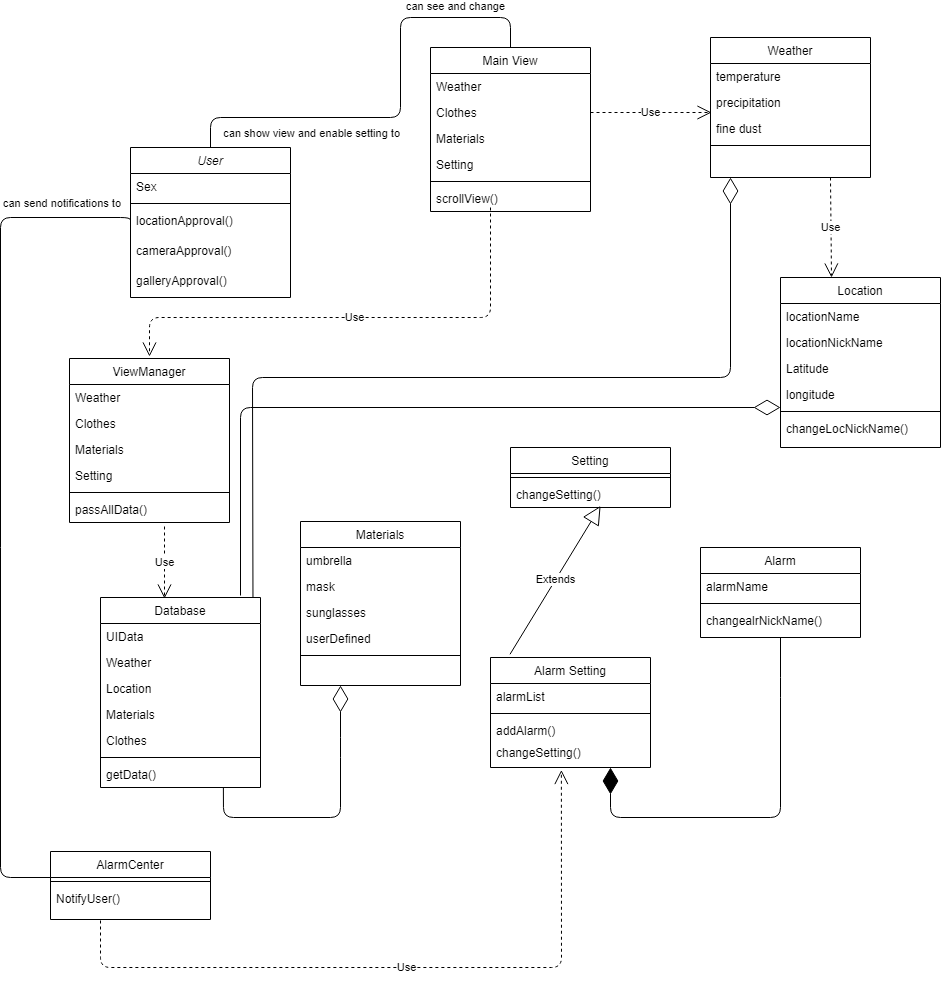
Above: class diagram3.png in kong430/Moning-diagram (draw.io), before the change. Source tidied: cells renumbered, new cells last; positions are measured from the earlier drawing's top-left corner, leaving out a move shared by most shapes.
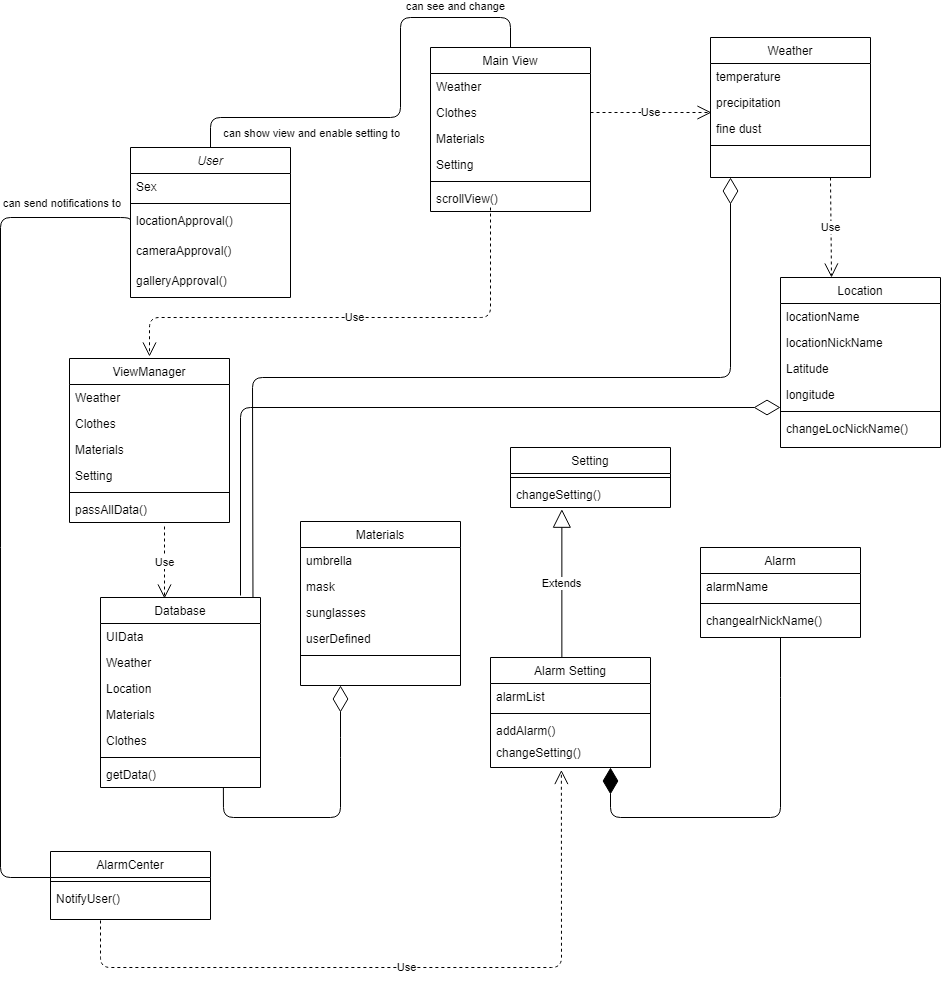
After the commit.

The edit, as a diff of the source:
```diff
@@ -119,7 +119,7 @@
     <mxCell id="37" value="changeSetting()" style="text;align=left;verticalAlign=top;spacingLeft=4;spacingRight=4;overflow=hidden;points=[[0,0.5],[1,0.5]];portConstraint=eastwest;" parent="35" vertex="1">
       <mxGeometry y="34" width="160" height="22" as="geometry" />
     </mxCell>
-    <mxCell id="38" value="Extends" style="endArrow=block;endSize=16;endFill=0;html=1;entryX=0.563;entryY=1.11;entryDx=0;entryDy=0;entryPerimeter=0;exitX=0.122;exitY=-0.029;exitDx=0;exitDy=0;exitPerimeter=0;" parent="1" edge="1" source="39" target="37">
+    <mxCell id="38" value="Extends" style="endArrow=block;endSize=16;endFill=0;html=1;entryX=0.321;entryY=1.26;entryDx=0;entryDy=0;entryPerimeter=0;exitX=0.446;exitY=0.003;exitDx=0;exitDy=0;exitPerimeter=0;" parent="1" edge="1" source="39" target="37">
       <mxGeometry relative="1" as="geometry" />
     </mxCell>
     <mxCell id="39" value="Alarm Setting" style="swimlane;fontStyle=0;align=center;verticalAlign=top;horizontal=1;startSize=26;rounded=0;shadow=0;strokeWidth=1;" parent="1" vertex="1">
```
